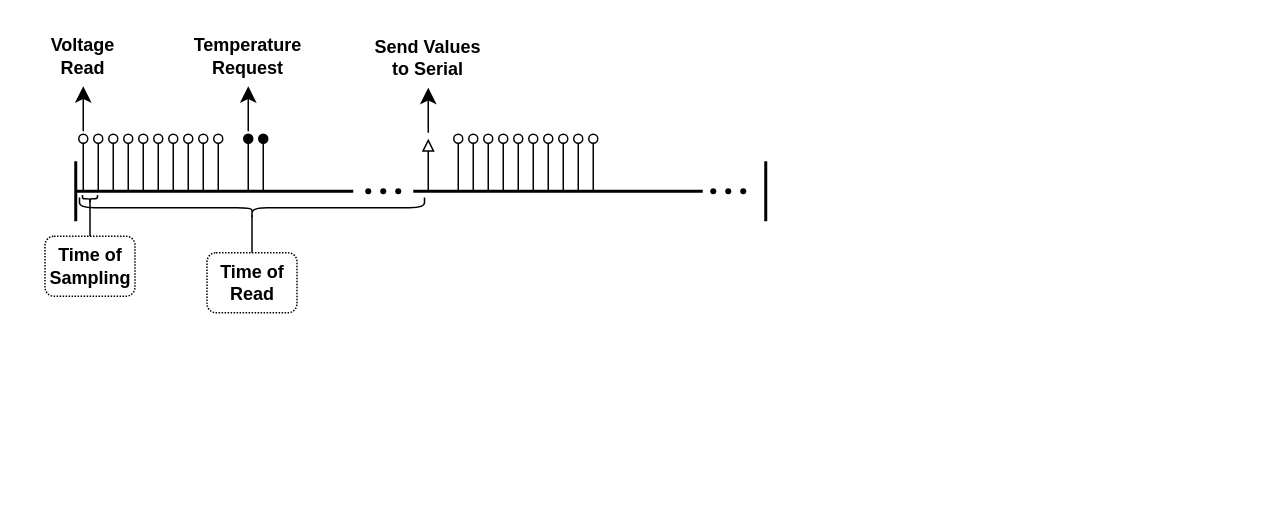
Earlier version of the draw.io diagram pastinha/Diagrama de Leitura.drawio (20220077780/drawio). Source tidied: cells renumbered, new cells numbered last; positions are measured from the earlier drawing's top-left corner, leaving out a move shared by most shapes. Both pictures are drawn from the tidied source at 150%, with x=0, y=0 at pixel (26, 26).
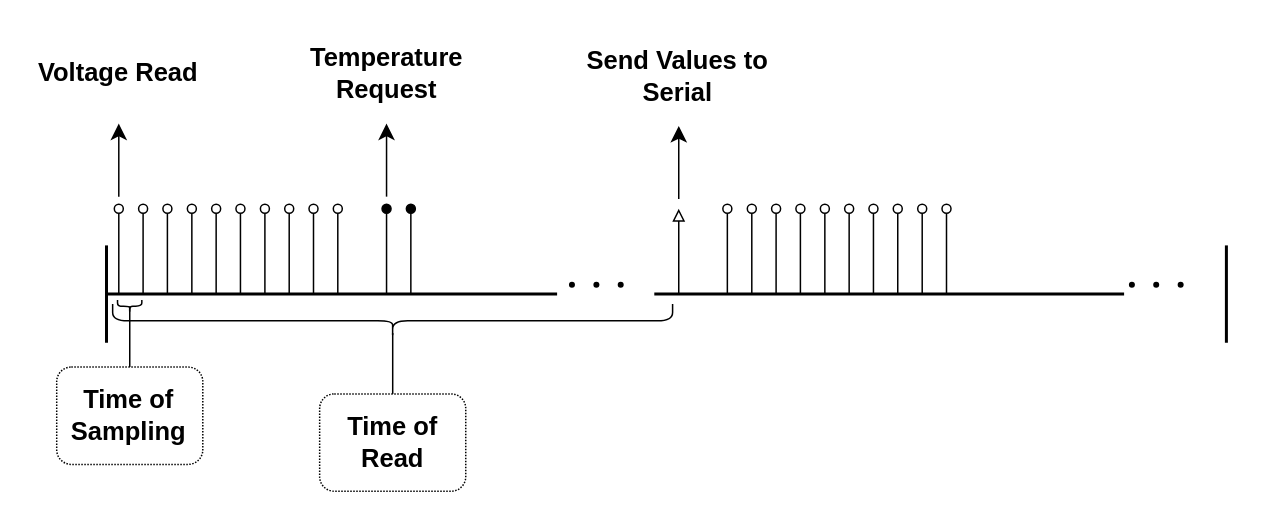
After the change.

Change to the diagram source:
```diff
@@
     <mxCell id="2" style="line;strokeWidth=2;direction=south;html=1;" parent="1" vertex="1">
-      <mxGeometry x="28" y="90" width="10" height="40" as="geometry" />
+      <mxGeometry x="45.4" y="146.1" width="16.2" height="64.9" as="geometry" />
     </mxCell>
     <mxCell id="3" style="line;strokeWidth=2;html=1;" parent="1" vertex="1">
-      <mxGeometry x="33" y="105" width="185" height="10" as="geometry" />
+      <mxGeometry x="53.6" y="170.4" width="300.3" height="16.2" as="geometry" />
     </mxCell>
     <mxCell id="4" style="endArrow=oval;html=1;rounded=0;endFill=0;" parent="1" edge="1">
       <mxGeometry relative="1" as="geometry">
-        <mxPoint x="38" y="110" as="sourcePoint" />
-        <mxPoint x="38" y="75" as="targetPoint" />
+        <mxPoint x="61.7" y="178.5" as="sourcePoint" />
+        <mxPoint x="61.7" y="121.7" as="targetPoint" />
       </mxGeometry>
     </mxCell>
     <mxCell id="5" style="endArrow=oval;html=1;rounded=0;endFill=0;" parent="1" edge="1">
       <mxGeometry relative="1" as="geometry">
-        <mxPoint x="48" y="110" as="sourcePoint" />
-        <mxPoint x="48" y="75" as="targetPoint" />
+        <mxPoint x="77.9" y="178.5" as="sourcePoint" />
+        <mxPoint x="77.9" y="121.7" as="targetPoint" />
       </mxGeometry>
     </mxCell>
     <mxCell id="6" style="endArrow=oval;html=1;rounded=0;endFill=0;" parent="1" edge="1">
       <mxGeometry relative="1" as="geometry">
-        <mxPoint x="58" y="110" as="sourcePoint" />
-        <mxPoint x="58" y="75" as="targetPoint" />
+        <mxPoint x="94.1" y="178.5" as="sourcePoint" />
+        <mxPoint x="94.1" y="121.7" as="targetPoint" />
       </mxGeometry>
     </mxCell>
     <mxCell id="7" style="endArrow=oval;html=1;rounded=0;endFill=0;" parent="1" edge="1">
       <mxGeometry relative="1" as="geometry">
-        <mxPoint x="68" y="110" as="sourcePoint" />
-        <mxPoint x="68" y="75" as="targetPoint" />
+        <mxPoint x="110.4" y="178.5" as="sourcePoint" />
+        <mxPoint x="110.4" y="121.7" as="targetPoint" />
       </mxGeometry>
     </mxCell>
     <mxCell id="8" style="endArrow=oval;html=1;rounded=0;endFill=0;" parent="1" edge="1">
       <mxGeometry relative="1" as="geometry">
-        <mxPoint x="78" y="110" as="sourcePoint" />
-        <mxPoint x="78" y="75" as="targetPoint" />
+        <mxPoint x="126.6" y="178.5" as="sourcePoint" />
+        <mxPoint x="126.6" y="121.7" as="targetPoint" />
       </mxGeometry>
     </mxCell>
     <mxCell id="9" style="endArrow=oval;html=1;rounded=0;endFill=0;" parent="1" edge="1">
       <mxGeometry relative="1" as="geometry">
-        <mxPoint x="88" y="110" as="sourcePoint" />
-        <mxPoint x="88" y="75" as="targetPoint" />
+        <mxPoint x="142.8" y="178.5" as="sourcePoint" />
+        <mxPoint x="142.8" y="121.7" as="targetPoint" />
       </mxGeometry>
     </mxCell>
     <mxCell id="10" style="endArrow=oval;html=1;rounded=0;endFill=0;" parent="1" edge="1">
       <mxGeometry relative="1" as="geometry">
-        <mxPoint x="98" y="110" as="sourcePoint" />
-        <mxPoint x="98" y="75" as="targetPoint" />
+        <mxPoint x="159.1" y="178.5" as="sourcePoint" />
+        <mxPoint x="159.1" y="121.7" as="targetPoint" />
       </mxGeometry>
     </mxCell>
     <mxCell id="11" style="endArrow=oval;html=1;rounded=0;endFill=0;" parent="1" edge="1">
       <mxGeometry relative="1" as="geometry">
-        <mxPoint x="108" y="110" as="sourcePoint" />
-        <mxPoint x="108" y="75" as="targetPoint" />
+        <mxPoint x="175.3" y="178.5" as="sourcePoint" />
+        <mxPoint x="175.3" y="121.7" as="targetPoint" />
       </mxGeometry>
     </mxCell>
     <mxCell id="12" style="endArrow=oval;html=1;rounded=0;endFill=0;" parent="1" edge="1">
       <mxGeometry relative="1" as="geometry">
-        <mxPoint x="118" y="110" as="sourcePoint" />
-        <mxPoint x="118" y="75" as="targetPoint" />
+        <mxPoint x="191.5" y="178.5" as="sourcePoint" />
+        <mxPoint x="191.5" y="121.7" as="targetPoint" />
       </mxGeometry>
     </mxCell>
     <mxCell id="13" style="endArrow=oval;html=1;rounded=0;endFill=0;" parent="1" edge="1">
       <mxGeometry relative="1" as="geometry">
-        <mxPoint x="128" y="110" as="sourcePoint" />
-        <mxPoint x="128" y="75" as="targetPoint" />
+        <mxPoint x="207.7" y="178.5" as="sourcePoint" />
+        <mxPoint x="207.7" y="121.7" as="targetPoint" />
       </mxGeometry>
     </mxCell>
     <mxCell id="14" style="shape=waypoint;sketch=0;fillStyle=solid;size=6;fillColor=none;perimeter=centerPerimeter;strokeWidth=0;" parent="1" vertex="1">
-      <mxGeometry x="218" y="100" width="20" height="20" as="geometry" />
+      <mxGeometry x="353.8" y="162.3" width="20" height="20" as="geometry" />
     </mxCell>
     <mxCell id="15" style="shape=waypoint;sketch=0;fillStyle=solid;size=6;fillColor=none;perimeter=centerPerimeter;strokeWidth=0;" parent="1" vertex="1">
-      <mxGeometry x="228" y="100" width="20" height="20" as="geometry" />
+      <mxGeometry x="370.1" y="162.3" width="20" height="20" as="geometry" />
     </mxCell>
     <mxCell id="16" style="shape=waypoint;sketch=0;fillStyle=solid;size=6;fillColor=none;perimeter=centerPerimeter;strokeWidth=0;" parent="1" vertex="1">
-      <mxGeometry x="238" y="100" width="20" height="20" as="geometry" />
+      <mxGeometry x="386.3" y="162.3" width="20" height="20" as="geometry" />
     </mxCell>
     <mxCell id="17" style="line;strokeWidth=2;html=1;" parent="1" vertex="1">
-      <mxGeometry x="258" y="105" width="193" height="10" as="geometry" />
+      <mxGeometry x="418.7" y="170.4" width="313.2" height="16.2" as="geometry" />
     </mxCell>
     <mxCell id="18" style="endArrow=oval;html=1;rounded=0;endFill=0;" parent="1" edge="1">
       <mxGeometry relative="1" as="geometry">
-        <mxPoint x="288" y="110" as="sourcePoint" />
-        <mxPoint x="288" y="75" as="targetPoint" />
+        <mxPoint x="467.4" y="178.5" as="sourcePoint" />
+        <mxPoint x="467.4" y="121.7" as="targetPoint" />
       </mxGeometry>
     </mxCell>
     <mxCell id="19" style="endArrow=oval;html=1;rounded=0;endFill=0;" parent="1" edge="1">
       <mxGeometry relative="1" as="geometry">
-        <mxPoint x="298" y="110" as="sourcePoint" />
-        <mxPoint x="298" y="75" as="targetPoint" />
+        <mxPoint x="483.7" y="178.5" as="sourcePoint" />
+        <mxPoint x="483.7" y="121.7" as="targetPoint" />
       </mxGeometry>
     </mxCell>
     <mxCell id="20" style="endArrow=oval;html=1;rounded=0;endFill=0;" parent="1" edge="1">
       <mxGeometry relative="1" as="geometry">
-        <mxPoint x="308" y="110" as="sourcePoint" />
-        <mxPoint x="308" y="75" as="targetPoint" />
+        <mxPoint x="499.9" y="178.5" as="sourcePoint" />
+        <mxPoint x="499.9" y="121.7" as="targetPoint" />
       </mxGeometry>
     </mxCell>
     <mxCell id="21" style="endArrow=oval;html=1;rounded=0;endFill=0;" parent="1" edge="1">
       <mxGeometry relative="1" as="geometry">
-        <mxPoint x="318" y="110" as="sourcePoint" />
-        <mxPoint x="318" y="75" as="targetPoint" />
+        <mxPoint x="516.1" y="178.5" as="sourcePoint" />
+        <mxPoint x="516.1" y="121.7" as="targetPoint" />
       </mxGeometry>
     </mxCell>
     <mxCell id="22" style="endArrow=oval;html=1;rounded=0;endFill=0;" parent="1" edge="1">
       <mxGeometry relative="1" as="geometry">
-        <mxPoint x="328" y="110" as="sourcePoint" />
-        <mxPoint x="328" y="75" as="targetPoint" />
+        <mxPoint x="532.4" y="178.5" as="sourcePoint" />
+        <mxPoint x="532.4" y="121.7" as="targetPoint" />
       </mxGeometry>
     </mxCell>
     <mxCell id="23" style="endArrow=oval;html=1;rounded=0;endFill=0;" parent="1" edge="1">
       <mxGeometry relative="1" as="geometry">
-        <mxPoint x="338" y="110" as="sourcePoint" />
-        <mxPoint x="338" y="75" as="targetPoint" />
+        <mxPoint x="548.6" y="178.5" as="sourcePoint" />
+        <mxPoint x="548.6" y="121.7" as="targetPoint" />
       </mxGeometry>
     </mxCell>
     <mxCell id="24" style="endArrow=oval;html=1;rounded=0;endFill=0;" parent="1" edge="1">
       <mxGeometry relative="1" as="geometry">
-        <mxPoint x="348" y="110" as="sourcePoint" />
-        <mxPoint x="348" y="75" as="targetPoint" />
+        <mxPoint x="564.8" y="178.5" as="sourcePoint" />
+        <mxPoint x="564.8" y="121.7" as="targetPoint" />
       </mxGeometry>
     </mxCell>
     <mxCell id="25" style="endArrow=oval;html=1;rounded=0;endFill=0;" parent="1" edge="1">
       <mxGeometry relative="1" as="geometry">
-        <mxPoint x="358" y="110" as="sourcePoint" />
-        <mxPoint x="358" y="75" as="targetPoint" />
+        <mxPoint x="581" y="178.5" as="sourcePoint" />
+        <mxPoint x="581" y="121.7" as="targetPoint" />
       </mxGeometry>
     </mxCell>
     <mxCell id="26" style="endArrow=oval;html=1;rounded=0;endFill=0;" parent="1" edge="1">
       <mxGeometry relative="1" as="geometry">
-        <mxPoint x="368" y="110" as="sourcePoint" />
-        <mxPoint x="368" y="75" as="targetPoint" />
+        <mxPoint x="597.3" y="178.5" as="sourcePoint" />
+        <mxPoint x="597.3" y="121.7" as="targetPoint" />
       </mxGeometry>
     </mxCell>
     <mxCell id="27" style="endArrow=oval;html=1;rounded=0;endFill=0;" parent="1" edge="1">
       <mxGeometry relative="1" as="geometry">
-        <mxPoint x="378" y="110" as="sourcePoint" />
-        <mxPoint x="378" y="75" as="targetPoint" />
+        <mxPoint x="613.5" y="178.5" as="sourcePoint" />
+        <mxPoint x="613.5" y="121.7" as="targetPoint" />
       </mxGeometry>
     </mxCell>
     <mxCell id="28" style="shape=waypoint;sketch=0;fillStyle=solid;size=6;fillColor=none;perimeter=centerPerimeter;strokeWidth=0;" parent="1" vertex="1">
-      <mxGeometry x="448" y="100" width="20" height="20" as="geometry" />
+      <mxGeometry x="727.1" y="162.3" width="20" height="20" as="geometry" />
     </mxCell>
     <mxCell id="29" style="shape=waypoint;sketch=0;fillStyle=solid;size=6;fillColor=none;perimeter=centerPerimeter;strokeWidth=0;" parent="1" vertex="1">
-      <mxGeometry x="458" y="100" width="20" height="20" as="geometry" />
+      <mxGeometry x="743.3" y="162.3" width="20" height="20" as="geometry" />
     </mxCell>
     <mxCell id="30" style="shape=waypoint;sketch=0;fillStyle=solid;size=6;fillColor=none;perimeter=centerPerimeter;strokeWidth=0;" parent="1" vertex="1">
-      <mxGeometry x="468" y="100" width="20" height="20" as="geometry" />
+      <mxGeometry x="759.6" y="162.3" width="20" height="20" as="geometry" />
     </mxCell>
     <mxCell id="31" style="line;strokeWidth=2;direction=south;html=1;" parent="1" vertex="1">
-      <mxGeometry x="488" y="90" width="10" height="40" as="geometry" />
+      <mxGeometry x="792" y="146.1" width="16.2" height="64.9" as="geometry" />
     </mxCell>
-    <mxCell id="32" value="Time of Sampling" style="text;html=1;align=center;verticalAlign=middle;whiteSpace=wrap;rounded=1;fontStyle=1;fillColor=none;gradientColor=none;strokeColor=default;dashed=1;dashPattern=1 1;perimeterSpacing=0;glass=0;shadow=0;" parent="1" vertex="1">
-      <mxGeometry x="12.5" y="140" width="60" height="40" as="geometry" />
+    <mxCell id="32" value="Time of Sampling" style="text;html=1;align=center;verticalAlign=middle;whiteSpace=wrap;rounded=1;fontStyle=1;fillColor=none;gradientColor=none;strokeColor=default;dashed=1;dashPattern=1 1;perimeterSpacing=0;glass=0;shadow=0;fontSize=17;" parent="1" vertex="1">
+      <mxGeometry x="20.3" y="227.2" width="97.4" height="64.9" as="geometry" />
     </mxCell>
     <mxCell id="33" style="shape=curlyBracket;whiteSpace=wrap;html=1;rounded=1;flipH=1;labelPosition=right;verticalLabelPosition=middle;align=left;verticalAlign=middle;rotation=90;" parent="1" vertex="1">
-      <mxGeometry x="40" y="110" width="5" height="10" as="geometry" />
+      <mxGeometry x="64.9" y="178.5" width="8.1" height="16.2" as="geometry" />
     </mxCell>
     <mxCell id="34" style="line;strokeWidth=1;direction=south;html=1;" parent="1" vertex="1">
-      <mxGeometry x="37.5" y="115" width="10" height="25" as="geometry" />
+      <mxGeometry x="60.9" y="186.6" width="16.2" height="40.6" as="geometry" />
     </mxCell>
     <mxCell id="35" style="edgeStyle=segmentEdgeStyle;endArrow=classic;html=1;curved=0;rounded=0;endSize=8;startSize=8;" parent="1" edge="1">
       <mxGeometry relative="1" as="geometry">
-        <mxPoint x="38" y="70" as="sourcePoint" />
-        <mxPoint x="38" y="40" as="targetPoint" />
+        <mxPoint x="61.7" y="113.6" as="sourcePoint" />
+        <mxPoint x="61.7" y="64.9" as="targetPoint" />
         <Array as="points">
-          <mxPoint x="38" y="40" />
-          <mxPoint x="38" y="40" />
+          <mxPoint x="61.7" y="64.9" />
+          <mxPoint x="61.7" y="64.9" />
         </Array>
       </mxGeometry>
     </mxCell>
-    <mxCell id="36" value="Voltage Read" style="text;strokeColor=none;fillColor=none;html=1;fontSize=12;fontStyle=1;verticalAlign=middle;align=center;whiteSpace=wrap;" parent="1" vertex="1">
-      <mxGeometry width="75.5" height="40" as="geometry" />
+    <mxCell id="36" value="Voltage Read" style="text;strokeColor=none;fillColor=none;html=1;fontSize=17;fontStyle=1;verticalAlign=middle;align=center;whiteSpace=wrap;" parent="1" vertex="1">
+      <mxGeometry width="122.5" height="64.9" as="geometry" />
     </mxCell>
     <mxCell id="37" style="endArrow=oval;html=1;rounded=0;endFill=1;" parent="1" edge="1">
       <mxGeometry relative="1" as="geometry">
-        <mxPoint x="148" y="110" as="sourcePoint" />
-        <mxPoint x="148" y="75" as="targetPoint" />
+        <mxPoint x="240.2" y="178.5" as="sourcePoint" />
+        <mxPoint x="240.2" y="121.7" as="targetPoint" />
       </mxGeometry>
     </mxCell>
     <mxCell id="38" style="endArrow=oval;html=1;rounded=0;endFill=1;" parent="1" edge="1">
       <mxGeometry relative="1" as="geometry">
-        <mxPoint x="158" y="110" as="sourcePoint" />
-        <mxPoint x="158" y="75" as="targetPoint" />
+        <mxPoint x="256.4" y="178.5" as="sourcePoint" />
+        <mxPoint x="256.4" y="121.7" as="targetPoint" />
       </mxGeometry>
     </mxCell>
     <mxCell id="39" style="edgeStyle=segmentEdgeStyle;endArrow=classic;html=1;curved=0;rounded=0;endSize=8;startSize=8;" parent="1" edge="1">
       <mxGeometry relative="1" as="geometry">
-        <mxPoint x="148" y="70" as="sourcePoint" />
-        <mxPoint x="148" y="40" as="targetPoint" />
+        <mxPoint x="240.2" y="113.6" as="sourcePoint" />
+        <mxPoint x="240.2" y="64.9" as="targetPoint" />
         <Array as="points">
-          <mxPoint x="148" y="40" />
-          <mxPoint x="148" y="40" />
+          <mxPoint x="240.2" y="64.9" />
+          <mxPoint x="240.2" y="64.9" />
         </Array>
       </mxGeometry>
     </mxCell>
-    <mxCell id="40" value="Temperature Request" style="text;strokeColor=none;fillColor=none;html=1;fontSize=12;fontStyle=1;verticalAlign=middle;align=center;horizontal=1;whiteSpace=wrap;" parent="1" vertex="1">
-      <mxGeometry x="110" width="75.5" height="40" as="geometry" />
+    <mxCell id="40" value="Temperature Request" style="text;strokeColor=none;fillColor=none;html=1;fontSize=17;fontStyle=1;verticalAlign=middle;align=center;horizontal=1;whiteSpace=wrap;" parent="1" vertex="1">
+      <mxGeometry x="178.5" width="122.5" height="64.9" as="geometry" />
     </mxCell>
-    <mxCell id="41" value="Time of Read" style="text;html=1;align=center;verticalAlign=middle;whiteSpace=wrap;rounded=1;fontStyle=1;fillColor=none;gradientColor=none;strokeColor=default;dashed=1;dashPattern=1 1;perimeterSpacing=0;glass=0;shadow=0;" parent="1" vertex="1">
-      <mxGeometry x="120.5" y="151" width="60" height="40" as="geometry" />
+    <mxCell id="41" value="Time of Read" style="text;html=1;align=center;verticalAlign=middle;whiteSpace=wrap;rounded=1;fontStyle=1;fillColor=none;gradientColor=none;strokeColor=default;dashed=1;dashPattern=1 1;perimeterSpacing=0;glass=0;shadow=0;fontSize=17;" parent="1" vertex="1">
+      <mxGeometry x="195.6" y="245.1" width="97.4" height="64.9" as="geometry" />
     </mxCell>
     <mxCell id="42" style="shape=curlyBracket;whiteSpace=wrap;html=1;rounded=1;flipH=1;labelPosition=right;verticalLabelPosition=middle;align=left;verticalAlign=middle;rotation=90;" parent="1" vertex="1">
-      <mxGeometry x="143.6" y="6" width="13.8" height="230" as="geometry" />
+      <mxGeometry x="233.1" y="9.7" width="22.3" height="373.3" as="geometry" />
     </mxCell>
     <mxCell id="43" style="line;strokeWidth=1;direction=south;html=1;" parent="1" vertex="1">
-      <mxGeometry x="145.5" y="126" width="10" height="25" as="geometry" />
+      <mxGeometry x="236.2" y="204.5" width="16.2" height="40.6" as="geometry" />
     </mxCell>
     <mxCell id="44" style="endArrow=block;html=1;rounded=0;endFill=0;" parent="1" edge="1">
       <mxGeometry relative="1" as="geometry">
-        <mxPoint x="268" y="110" as="sourcePoint" />
-        <mxPoint x="268" y="75" as="targetPoint" />
+        <mxPoint x="435" y="178.5" as="sourcePoint" />
+        <mxPoint x="435" y="121.7" as="targetPoint" />
       </mxGeometry>
     </mxCell>
-    <mxCell id="45" style="group;" parent="1" vertex="1">
-      <mxGeometry x="230" y="1" width="75.5" height="70" as="geometry" />
-    </mxCell>
-    <mxCell id="46" style="edgeStyle=segmentEdgeStyle;endArrow=classic;html=1;curved=0;rounded=0;endSize=8;startSize=8;" parent="45" edge="1">
+    <mxCell id="46" style="edgeStyle=segmentEdgeStyle;endArrow=classic;html=1;curved=0;rounded=0;endSize=8;startSize=8;" parent="1" edge="1">
       <mxGeometry relative="1" as="geometry">
-        <mxPoint x="38" y="70" as="sourcePoint" />
-        <mxPoint x="38" y="40" as="targetPoint" />
+        <mxPoint x="435" y="115.2" as="sourcePoint" />
+        <mxPoint x="435" y="66.5" as="targetPoint" />
         <Array as="points">
-          <mxPoint x="38" y="40" />
-          <mxPoint x="38" y="40" />
+          <mxPoint x="435" y="66.5" />
+          <mxPoint x="435" y="66.5" />
         </Array>
       </mxGeometry>
     </mxCell>
-    <mxCell id="47" value="Send Values to Serial" style="text;strokeColor=none;fillColor=none;html=1;fontSize=12;fontStyle=1;verticalAlign=middle;align=center;whiteSpace=wrap;" parent="45" vertex="1">
-      <mxGeometry width="75.5" height="40" as="geometry" />
+    <mxCell id="47" value="Send Values to Serial" style="text;strokeColor=none;fillColor=none;html=1;fontSize=17;fontStyle=1;verticalAlign=middle;align=center;whiteSpace=wrap;" parent="1" vertex="1">
+      <mxGeometry x="373.3" y="1.6" width="122.5" height="64.9" as="geometry" />
     </mxCell>
```
